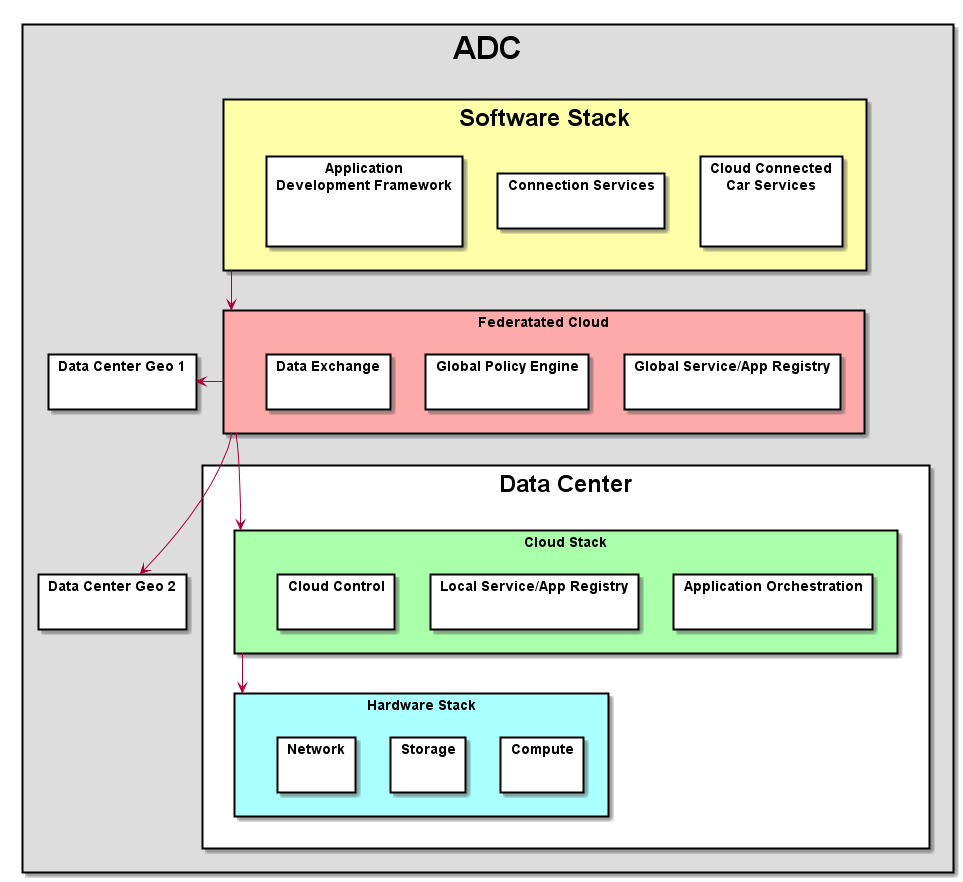
Earlier version of the PlantUML export docs/Solution/Physical.png (CAADE/ADC).
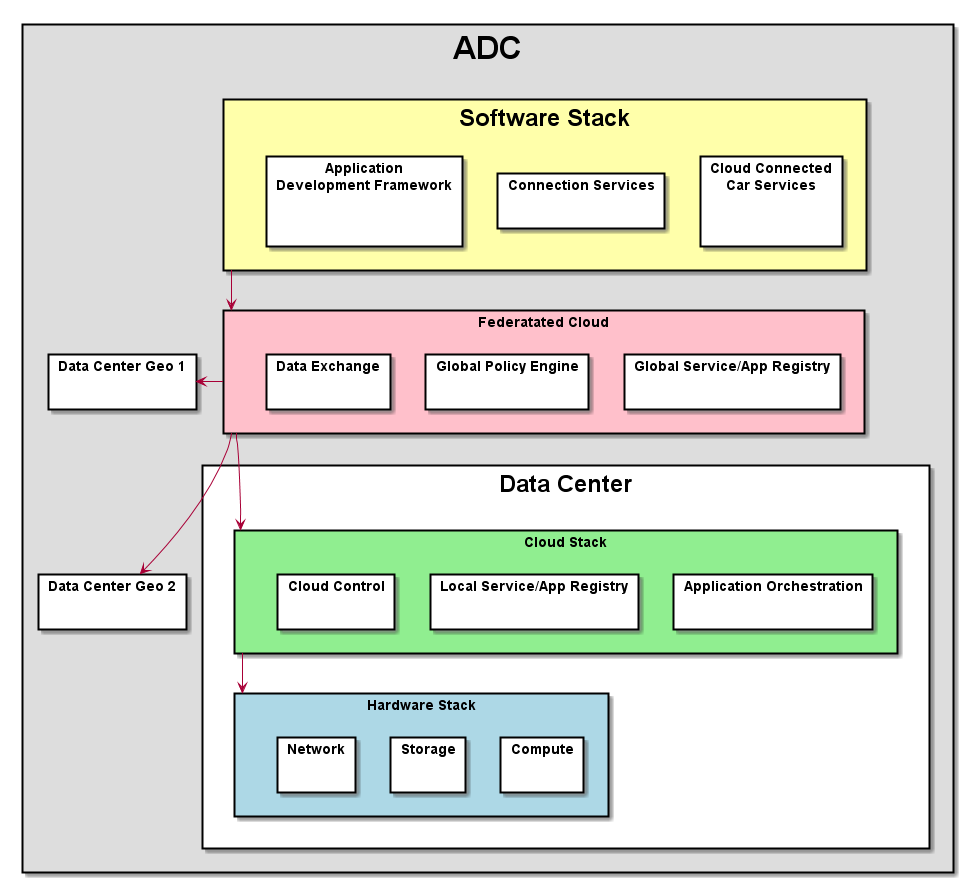
Later version of the same file.

The edit, as a diff of the source:
```diff
@@ -13,18 +13,18 @@
     package "Application\nDevelopment Framework" { }
   }
   package "<size:24>Data Center</size>" as DC #ffffff {
-      package "Cloud Stack" as CS #aaffaa {
+      package "Cloud Stack" as CS #lightgreen {
         package "Application Orchestration" { }
         package "Local Service/App Registry" as LSAR { }
         package "Cloud Control" { }
       }
-      package "Hardware Stack" as HS #aaffff {
+      package "Hardware Stack" as HS #lightblue {
         package "Compute" { }
         package "Storage" { }
         package "Network" { }
       }
   }
-  package "Federatated Cloud" as FC #ffaaaa {
+  package "Federatated Cloud" as FC #pink {
       package "Global Service/App Registry" as GSAR { }
       package "Global Policy Engine" as GPE { }
       package "Data Exchange" as DE { }
```
